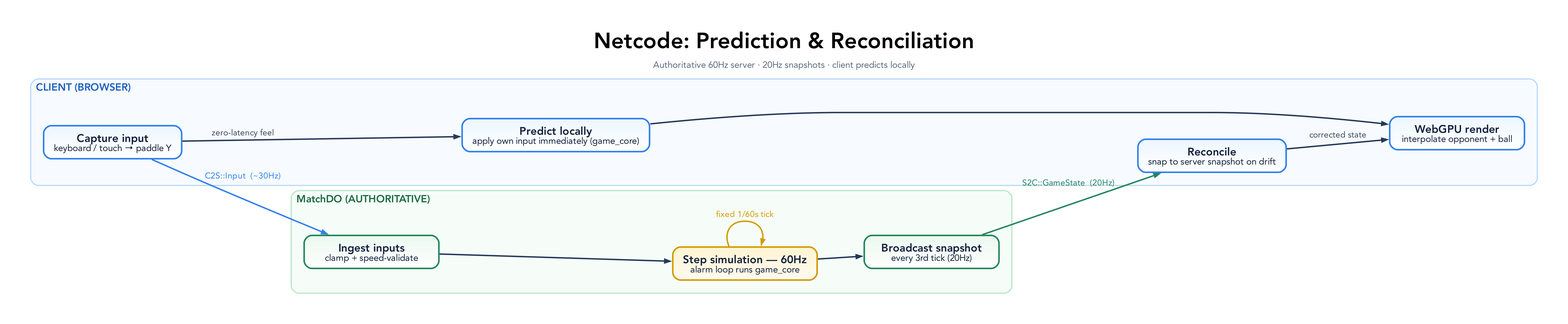
Above: docs/diagrams/netcode-loop.png in tre-systems/pongo (Graphviz), before the change. Its source is kept beside it as docs/diagrams/netcode-loop.dot. Its diagram source:
```dot
digraph NetcodeLoop {
  graph [
    rankdir=LR,
    bgcolor="#ffffff",
    pad="0.55",
    nodesep="0.55",
    ranksep="1.0",
    splines=spline,
    outputorder=edgesfirst,
    compound=true,
    newrank=true,
    forcelabels=true,
    fontname="Avenir",
    label=<
      <TABLE BORDER="0" CELLBORDER="0" CELLSPACING="0" CELLPADDING="0">
        <TR><TD><FONT POINT-SIZE="34"><B>Netcode: Prediction &amp; Reconciliation</B></FONT></TD></TR>
        <TR><TD><FONT POINT-SIZE="14" COLOR="#5b6b80">Authoritative 60Hz server · 20Hz snapshots · client predicts locally</FONT></TD></TR>
      </TABLE>
    >,
    labelloc=t,
    labeljust=c
  ];

  node [
    shape=box,
    style="rounded,filled",
    margin="0.22,0.14",
    width=2.9,
    fixedsize=false,
    fontname="Avenir",
    fontsize=17,
    penwidth=2.4,
    fontcolor="#14213d",
    color="#2264c7",
    fillcolor="#eaf3ff:#ffffff",
    gradientangle=270
  ];

  edge [
    color="#263a59",
    fontname="Avenir",
    fontsize=13,
    fontcolor="#3d4a5c",
    penwidth=2.2,
    arrowsize=0.8
  ];

  subgraph cluster_client {
    graph [
      label=<<FONT POINT-SIZE="16" COLOR="#1f5fbf"><B>CLIENT (BROWSER)</B></FONT>>,
      labelloc=t, labeljust=l,
      color="#b9d8ff", fillcolor="#f7fbff", style="rounded,filled", penwidth=1.8, margin=20
    ];
    INPUT [label=<<B>Capture input</B><BR/><FONT POINT-SIZE="14">keyboard / touch → paddle Y</FONT>>, fillcolor="#edf7ff:#ffffff", color="#2f80ed"];
    PREDICT [label=<<B>Predict locally</B><BR/><FONT POINT-SIZE="14">apply own input immediately (game_core)</FONT>>, fillcolor="#edf7ff:#ffffff", color="#2f80ed"];
    RECONCILE [label=<<B>Reconcile</B><BR/><FONT POINT-SIZE="14">snap to server snapshot on drift</FONT>>, fillcolor="#edf7ff:#ffffff", color="#2f80ed"];
    RENDER [label=<<B>WebGPU render</B><BR/><FONT POINT-SIZE="14">interpolate opponent + ball</FONT>>, fillcolor="#edf7ff:#ffffff", color="#2f80ed"];

    INPUT -> PREDICT [label="zero-latency feel"];
    PREDICT -> RENDER;
    RECONCILE -> RENDER [label="corrected state"];
  }

  subgraph cluster_server {
    graph [
      label=<<FONT POINT-SIZE="16" COLOR="#1e6b43"><B>MatchDO (AUTHORITATIVE)</B></FONT>>,
      labelloc=t, labeljust=l,
      color="#b8e5c8", fillcolor="#f6fdf9", style="rounded,filled", penwidth=1.8, margin=20
    ];
    INGEST [label=<<B>Ingest inputs</B><BR/><FONT POINT-SIZE="14">clamp + speed-validate</FONT>>, fillcolor="#eaf8ef:#ffffff", color="#22865a"];
    STEP [label=<<B>Step simulation — 60Hz</B><BR/><FONT POINT-SIZE="14">alarm loop runs game_core</FONT>>, fillcolor="#fff4d1:#fffaf0", color="#d39a00"];
    BROADCAST [label=<<B>Broadcast snapshot</B><BR/><FONT POINT-SIZE="14">every 3rd tick (20Hz)</FONT>>, fillcolor="#eaf8ef:#ffffff", color="#22865a"];

    INGEST -> STEP;
    STEP -> BROADCAST;
    STEP -> STEP [label="fixed 1/60s tick", color="#d39a00", fontcolor="#d39a00"];
  }

  INPUT -> INGEST [label="C2S::Input  (~30Hz)", color="#2f80ed", fontcolor="#2f80ed"];
  BROADCAST -> RECONCILE [label="S2C::GameState  (20Hz)", color="#22865a", fontcolor="#22865a"];
}
```
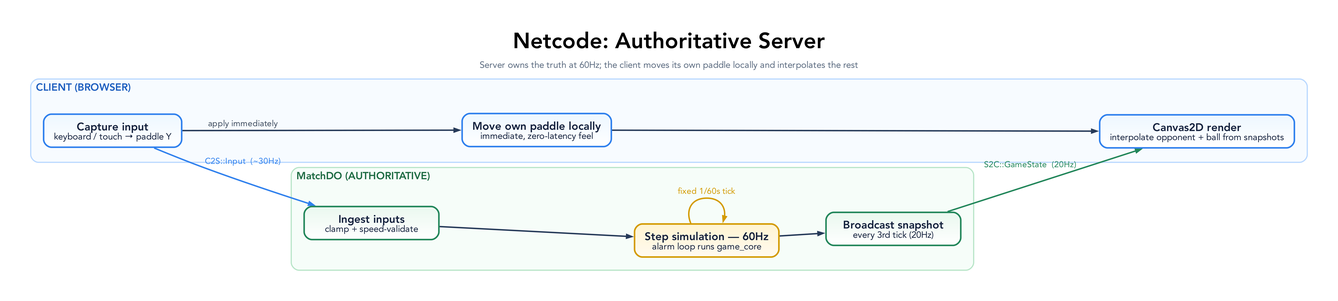
After the change.

Diff of the diagram source:
```diff
@@ -13,8 +13,8 @@
     fontname="Avenir",
     label=<
       <TABLE BORDER="0" CELLBORDER="0" CELLSPACING="0" CELLPADDING="0">
-        <TR><TD><FONT POINT-SIZE="34"><B>Netcode: Prediction &amp; Reconciliation</B></FONT></TD></TR>
-        <TR><TD><FONT POINT-SIZE="14" COLOR="#5b6b80">Authoritative 60Hz server · 20Hz snapshots · client predicts locally</FONT></TD></TR>
+        <TR><TD><FONT POINT-SIZE="34"><B>Netcode: Authoritative Server</B></FONT></TD></TR>
+        <TR><TD><FONT POINT-SIZE="14" COLOR="#5b6b80">Server owns the truth at 60Hz; the client moves its own paddle locally and interpolates the rest</FONT></TD></TR>
       </TABLE>
     >,
     labelloc=t,
@@ -52,13 +52,11 @@
       color="#b9d8ff", fillcolor="#f7fbff", style="rounded,filled", penwidth=1.8, margin=20
     ];
     INPUT [label=<<B>Capture input</B><BR/><FONT POINT-SIZE="14">keyboard / touch → paddle Y</FONT>>, fillcolor="#edf7ff:#ffffff", color="#2f80ed"];
-    PREDICT [label=<<B>Predict locally</B><BR/><FONT POINT-SIZE="14">apply own input immediately (game_core)</FONT>>, fillcolor="#edf7ff:#ffffff", color="#2f80ed"];
-    RECONCILE [label=<<B>Reconcile</B><BR/><FONT POINT-SIZE="14">snap to server snapshot on drift</FONT>>, fillcolor="#edf7ff:#ffffff", color="#2f80ed"];
-    RENDER [label=<<B>WebGPU render</B><BR/><FONT POINT-SIZE="14">interpolate opponent + ball</FONT>>, fillcolor="#edf7ff:#ffffff", color="#2f80ed"];
+    OWN [label=<<B>Move own paddle locally</B><BR/><FONT POINT-SIZE="14">immediate, zero-latency feel</FONT>>, fillcolor="#edf7ff:#ffffff", color="#2f80ed"];
+    RENDER [label=<<B>Canvas2D render</B><BR/><FONT POINT-SIZE="14">interpolate opponent + ball from snapshots</FONT>>, fillcolor="#edf7ff:#ffffff", color="#2f80ed"];
 
-    INPUT -> PREDICT [label="zero-latency feel"];
-    PREDICT -> RENDER;
-    RECONCILE -> RENDER [label="corrected state"];
+    INPUT -> OWN [label="apply immediately"];
+    OWN -> RENDER;
   }
 
   subgraph cluster_server {
@@ -77,5 +75,5 @@
   }
 
   INPUT -> INGEST [label="C2S::Input  (~30Hz)", color="#2f80ed", fontcolor="#2f80ed"];
-  BROADCAST -> RECONCILE [label="S2C::GameState  (20Hz)", color="#22865a", fontcolor="#22865a"];
+  BROADCAST -> RENDER [label="S2C::GameState  (20Hz)", color="#22865a", fontcolor="#22865a"];
 }
```
